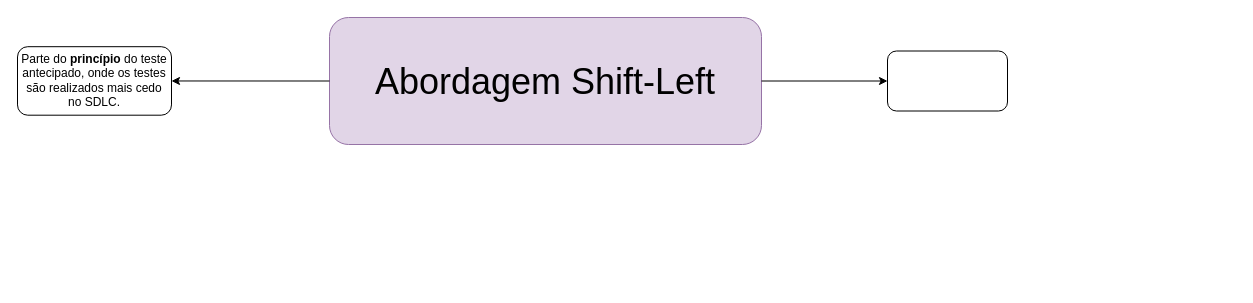
Above: page "Subtopico 2.1.5" (6 of 6) of capitulo2.drawio in Natalirodriguess/estudos (draw.io), before the change. Source tidied: cells renumbered, new cells numbered last; positions are measured from the earlier drawing's top-left corner, leaving out a move shared by most shapes. Both pictures are drawn from the tidied source at 100%, with x=0, y=0 at pixel (17, 17).
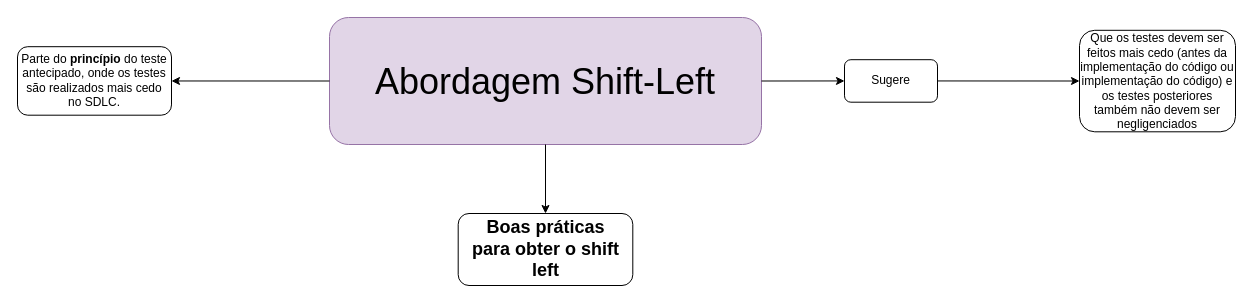
After the change.

Diff of the diagram source:
```diff
@@
 <mxGraphModel>
   <root>
     <mxCell id="0" />
     <mxCell id="1" parent="0" />
     <mxCell id="2" value="&lt;font style=&quot;font-size: 36px;&quot;&gt; Abordagem Shift-Left&lt;/font&gt;" style="rounded=1;whiteSpace=wrap;html=1;fillColor=#e1d5e7;strokeColor=#9673a6;" parent="1" vertex="1">
       <mxGeometry x="312" width="432" height="127" as="geometry" />
     </mxCell>
     <mxCell id="3" style="endArrow=classic;html=1;rounded=0;exitX=0;exitY=0.5;exitDx=0;exitDy=0;" parent="1" edge="1" source="2" target="4">
       <mxGeometry relative="1" as="geometry" />
     </mxCell>
     <mxCell id="4" value="Parte do &lt;b&gt;princípio &lt;/b&gt;do teste antecipado, onde os testes são realizados mais cedo no SDLC." style="rounded=1;whiteSpace=wrap;html=1;" parent="1" vertex="1">
       <mxGeometry y="29.2" width="154" height="68.5" as="geometry" />
     </mxCell>
     <mxCell id="5" style="endArrow=classic;html=1;rounded=0;exitX=1;exitY=0.5;exitDx=0;exitDy=0;entryX=0;entryY=0.5;entryDx=0;entryDy=0;" parent="1" edge="1" source="2" target="6">
       <mxGeometry relative="1" as="geometry" />
     </mxCell>
-    <mxCell id="6" style="rounded=1;whiteSpace=wrap;html=1;" parent="1" vertex="1">
-      <mxGeometry x="870" y="33.5" width="120" height="60" as="geometry" />
+    <mxCell id="6" value="Sugere" style="rounded=1;whiteSpace=wrap;html=1;" parent="1" vertex="1">
+      <mxGeometry x="827" y="42.2" width="93" height="42.5" as="geometry" />
     </mxCell>
+    <mxCell id="7" value="Que os testes devem ser feitos mais cedo (antes da implementação do código ou implementação do cód&lt;span style=&quot;background-color: initial;&quot;&gt;igo) e os testes posteriores também não devem ser negligenciados&lt;/span&gt;" style="rounded=1;whiteSpace=wrap;html=1;" parent="1" vertex="1">
+      <mxGeometry x="1062" y="12.8" width="156" height="101.5" as="geometry" />
+    </mxCell>
+    <mxCell id="8" style="endArrow=classic;html=1;rounded=0;exitX=1;exitY=0.5;exitDx=0;exitDy=0;" parent="1" edge="1" source="6" target="7">
+      <mxGeometry relative="1" as="geometry" />
+    </mxCell>
+    <mxCell id="9" style="endArrow=classic;html=1;rounded=0;exitX=0.5;exitY=1;exitDx=0;exitDy=0;entryX=0.5;entryY=0;entryDx=0;entryDy=0;" parent="1" edge="1" source="2" target="10">
+      <mxGeometry relative="1" as="geometry" />
+    </mxCell>
+    <mxCell id="10" value="&lt;font style=&quot;font-size: 18px;&quot;&gt;&lt;b&gt;Boas práticas&lt;br&gt;para obter o shift left&lt;/b&gt;&lt;/font&gt;" style="rounded=1;whiteSpace=wrap;html=1;" parent="1" vertex="1">
+      <mxGeometry x="440.7" y="196" width="174.6" height="72" as="geometry" />
+    </mxCell>
   </root>
 </mxGraphModel>
```
